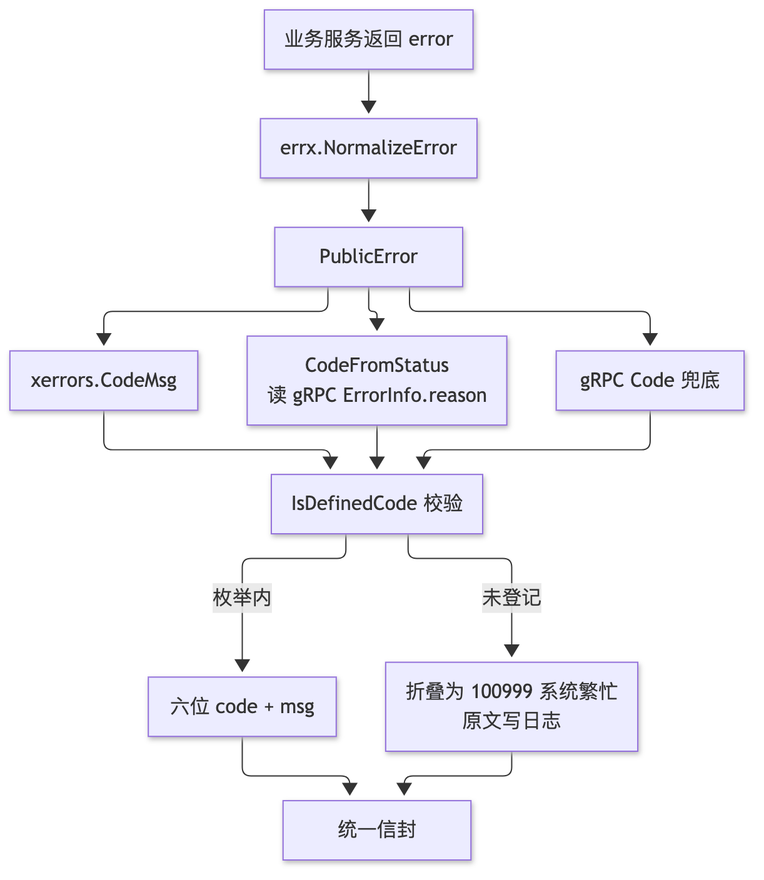
Above: docs/images/diagrams/gateway-error-normalize.png in maomao94/zero-service (Mermaid), before the change. Its source is kept beside it as docs/images/diagrams/gateway-error-normalize.mmd. The source it was exported from:
```mermaid
flowchart TB
    E["业务服务返回 error"] --> N["errx.NormalizeError"]
    N --> PE["PublicError"]
    PE --> CM["xerrors.CodeMsg"]
    PE --> ST["CodeFromStatus<br/>读 gRPC ErrorInfo.reason"]
    PE --> GC["gRPC Code 兜底"]
    CM --> V["IsDefinedCode 校验"]
    ST --> V
    GC --> V
    V -->|枚举内| OUT["六位 code + msg"]
    V -->|未登记| FIX["折叠为 100999 系统繁忙<br/>原文写日志"]
    OUT --> ENV["统一信封"]
    FIX --> ENV
```
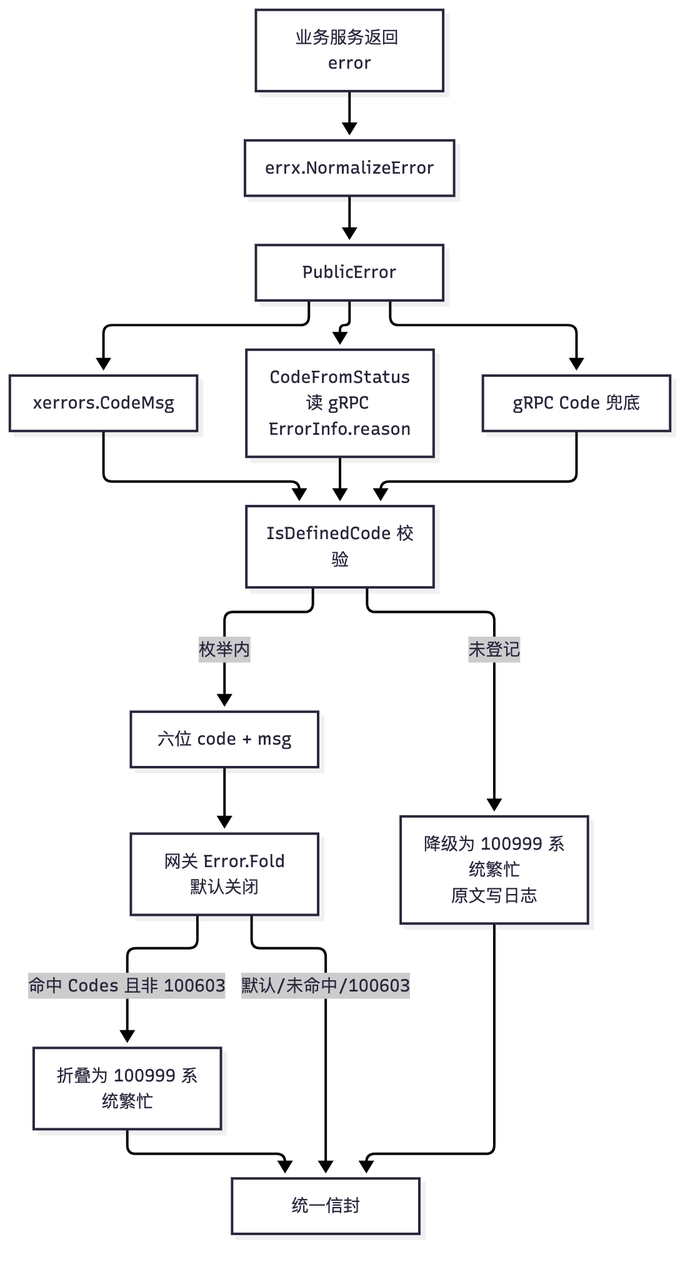
After the commit.

Change to the diagram source:
```diff
@@ -8,6 +8,9 @@
     ST --> V
     GC --> V
     V -->|枚举内| OUT["六位 code + msg"]
-    V -->|未登记| FIX["折叠为 100999 系统繁忙<br/>原文写日志"]
-    OUT --> ENV["统一信封"]
+    V -->|未登记| FIX["降级为 100999 系统繁忙<br/>原文写日志"]
+    OUT --> FOLD["网关 Error.Fold<br/>默认关闭"]
+    FOLD -->|命中 Codes 且非 100603| BUSY["折叠为 100999 系统繁忙"]
+    FOLD -->|默认/未命中/100603| ENV["统一信封"]
     FIX --> ENV
+    BUSY --> ENV
```
